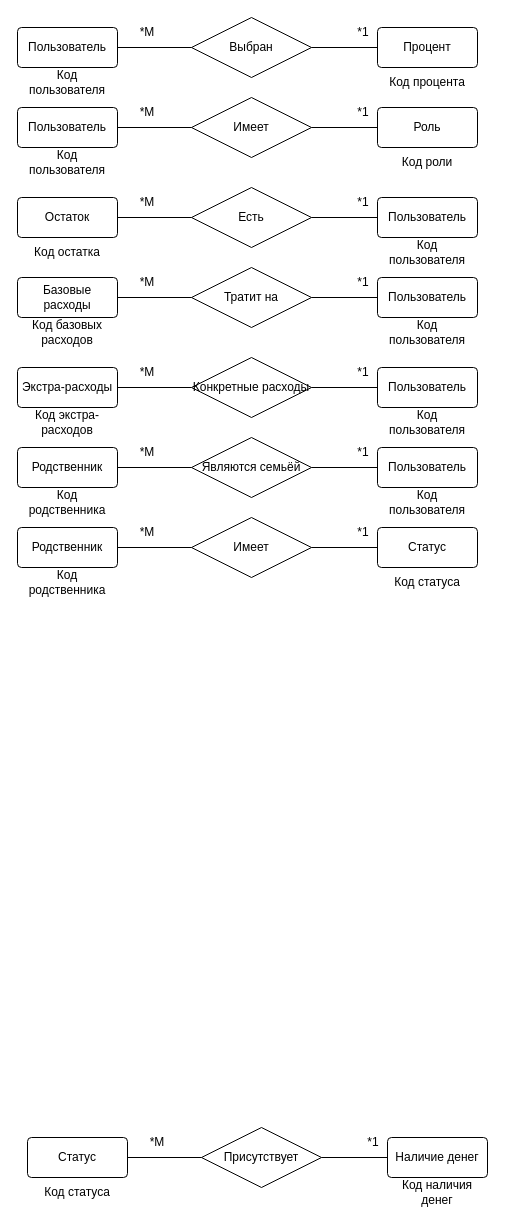
This is page "Страница — 11" (11 of 18) of new_kurs.drawio from dahichnero/schemas, a draw.io file, before an edit. Source tidied: cells renumbered, new cells numbered last; positions are measured from the earlier drawing's top-left corner, leaving out a move shared by most shapes. Both pictures are drawn from the tidied source at 100%, with x=0, y=0 at pixel (17, 17).
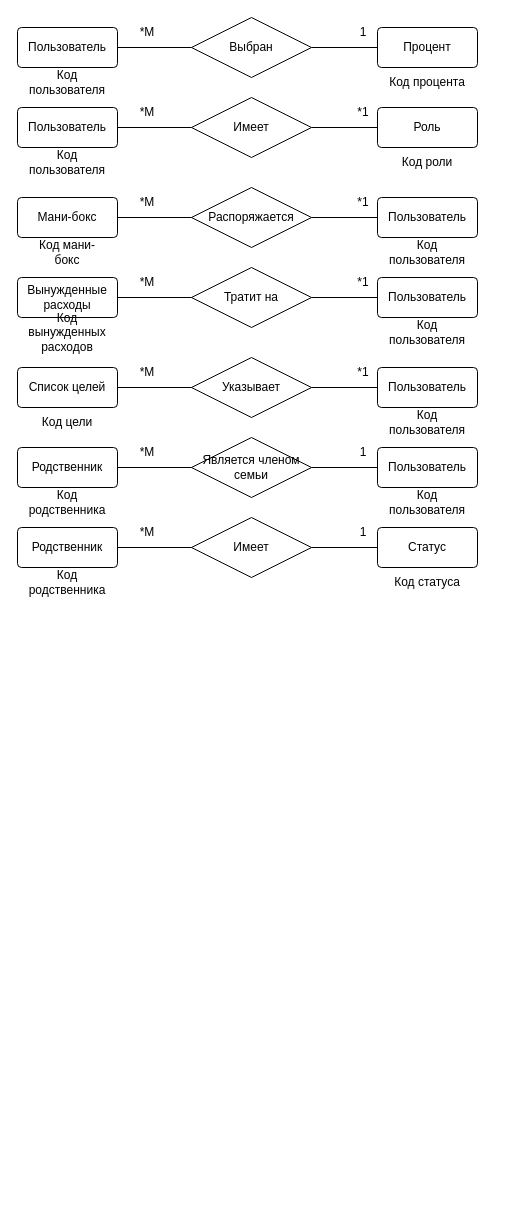
Above is the later version.

Diff of the diagram source:
```diff
@@
-    <mxCell id="8" value="*1" style="text;html=1;strokeColor=none;fillColor=none;align=center;verticalAlign=middle;whiteSpace=wrap;rounded=0;" parent="1" vertex="1">
+    <mxCell id="8" value="1" style="text;html=1;strokeColor=none;fillColor=none;align=center;verticalAlign=middle;whiteSpace=wrap;rounded=0;" parent="1" vertex="1">
       <mxGeometry x="336" width="20" height="30" as="geometry" />
     </mxCell>
@@
-    <mxCell id="20" value="Статус" style="rounded=1;arcSize=10;whiteSpace=wrap;html=1;align=center;" parent="1" vertex="1">
-      <mxGeometry x="10" y="1120" width="100" height="40" as="geometry" />
-    </mxCell>
-    <mxCell id="21" value="Наличие денег" style="rounded=1;arcSize=10;whiteSpace=wrap;html=1;align=center;" parent="1" vertex="1">
-      <mxGeometry x="370" y="1120" width="100" height="40" as="geometry" />
-    </mxCell>
-    <mxCell id="22" value="Присутствует" style="shape=rhombus;perimeter=rhombusPerimeter;whiteSpace=wrap;html=1;align=center;" parent="1" vertex="1">
-      <mxGeometry x="184" y="1110" width="120" height="60" as="geometry" />
-    </mxCell>
-    <mxCell id="23" style="endArrow=none;html=1;rounded=0;exitX=1;exitY=0.5;exitDx=0;exitDy=0;entryX=0;entryY=0.5;entryDx=0;entryDy=0;" parent="1" edge="1" source="20" target="22">
-      <mxGeometry relative="1" as="geometry" />
-    </mxCell>
-    <mxCell id="24" style="endArrow=none;html=1;rounded=0;exitX=1;exitY=0.5;exitDx=0;exitDy=0;entryX=0;entryY=0.5;entryDx=0;entryDy=0;" parent="1" edge="1" source="22" target="21">
-      <mxGeometry relative="1" as="geometry" />
-    </mxCell>
-    <mxCell id="25" value="*М" style="text;html=1;strokeColor=none;fillColor=none;align=center;verticalAlign=middle;whiteSpace=wrap;rounded=0;" parent="1" vertex="1">
-      <mxGeometry x="130" y="1110" width="20" height="30" as="geometry" />
-    </mxCell>
-    <mxCell id="26" value="*1" style="text;html=1;strokeColor=none;fillColor=none;align=center;verticalAlign=middle;whiteSpace=wrap;rounded=0;" parent="1" vertex="1">
-      <mxGeometry x="346" y="1110" width="20" height="30" as="geometry" />
-    </mxCell>
-    <mxCell id="27" value="Код статуса" style="text;html=1;strokeColor=none;fillColor=none;align=center;verticalAlign=middle;whiteSpace=wrap;rounded=0;" parent="1" vertex="1">
-      <mxGeometry x="20" y="1160" width="80" height="30" as="geometry" />
-    </mxCell>
-    <mxCell id="28" value="Код наличия денег" style="text;html=1;strokeColor=none;fillColor=none;align=center;verticalAlign=middle;whiteSpace=wrap;rounded=0;" parent="1" vertex="1">
-      <mxGeometry x="380" y="1160" width="80" height="30" as="geometry" />
-    </mxCell>
@@
-    <mxCell id="35" value="*1" style="text;html=1;strokeColor=none;fillColor=none;align=center;verticalAlign=middle;whiteSpace=wrap;rounded=0;" parent="1" vertex="1">
+    <mxCell id="35" value="1" style="text;html=1;strokeColor=none;fillColor=none;align=center;verticalAlign=middle;whiteSpace=wrap;rounded=0;" parent="1" vertex="1">
       <mxGeometry x="336" y="500" width="20" height="30" as="geometry" />
     </mxCell>
@@
-    <mxCell id="38" value="Остаток" style="rounded=1;arcSize=10;whiteSpace=wrap;html=1;align=center;" parent="1" vertex="1">
+    <mxCell id="38" value="Мани-бокс" style="rounded=1;arcSize=10;whiteSpace=wrap;html=1;align=center;" parent="1" vertex="1">
       <mxGeometry y="180" width="100" height="40" as="geometry" />
     </mxCell>
@@
-    <mxCell id="40" value="Есть" style="shape=rhombus;perimeter=rhombusPerimeter;whiteSpace=wrap;html=1;align=center;" parent="1" vertex="1">
+    <mxCell id="40" value="Распоряжается" style="shape=rhombus;perimeter=rhombusPerimeter;whiteSpace=wrap;html=1;align=center;" parent="1" vertex="1">
       <mxGeometry x="174" y="170" width="120" height="60" as="geometry" />
     </mxCell>
@@
-    <mxCell id="45" value="Код остатка" style="text;html=1;strokeColor=none;fillColor=none;align=center;verticalAlign=middle;whiteSpace=wrap;rounded=0;" parent="1" vertex="1">
+    <mxCell id="45" value="Код мани-бокс" style="text;html=1;strokeColor=none;fillColor=none;align=center;verticalAlign=middle;whiteSpace=wrap;rounded=0;" parent="1" vertex="1">
       <mxGeometry x="10" y="220" width="80" height="30" as="geometry" />
     </mxCell>
@@
-    <mxCell id="47" value="Базовые расходы" style="rounded=1;arcSize=10;whiteSpace=wrap;html=1;align=center;" parent="1" vertex="1">
+    <mxCell id="47" value="Вынужденные расходы" style="rounded=1;arcSize=10;whiteSpace=wrap;html=1;align=center;" parent="1" vertex="1">
       <mxGeometry y="260" width="100" height="40" as="geometry" />
     </mxCell>
@@
-    <mxCell id="54" value="Код базовых расходов" style="text;html=1;strokeColor=none;fillColor=none;align=center;verticalAlign=middle;whiteSpace=wrap;rounded=0;" parent="1" vertex="1">
+    <mxCell id="54" value="Код вынужденных расходов" style="text;html=1;strokeColor=none;fillColor=none;align=center;verticalAlign=middle;whiteSpace=wrap;rounded=0;" parent="1" vertex="1">
       <mxGeometry x="10" y="300" width="80" height="30" as="geometry" />
     </mxCell>
@@
-    <mxCell id="58" value="Являются семьёй" style="shape=rhombus;perimeter=rhombusPerimeter;whiteSpace=wrap;html=1;align=center;" parent="1" vertex="1">
+    <mxCell id="58" value="Является членом семьи" style="shape=rhombus;perimeter=rhombusPerimeter;whiteSpace=wrap;html=1;align=center;" parent="1" vertex="1">
       <mxGeometry x="174" y="420" width="120" height="60" as="geometry" />
     </mxCell>
@@
-    <mxCell id="62" value="*1" style="text;html=1;strokeColor=none;fillColor=none;align=center;verticalAlign=middle;whiteSpace=wrap;rounded=0;" parent="1" vertex="1">
+    <mxCell id="62" value="1" style="text;html=1;strokeColor=none;fillColor=none;align=center;verticalAlign=middle;whiteSpace=wrap;rounded=0;" parent="1" vertex="1">
       <mxGeometry x="336" y="420" width="20" height="30" as="geometry" />
     </mxCell>
@@
-    <mxCell id="65" value="Экстра-расходы" style="rounded=1;arcSize=10;whiteSpace=wrap;html=1;align=center;" parent="1" vertex="1">
+    <mxCell id="65" value="Список целей" style="rounded=1;arcSize=10;whiteSpace=wrap;html=1;align=center;" parent="1" vertex="1">
       <mxGeometry y="350" width="100" height="40" as="geometry" />
     </mxCell>
@@
-    <mxCell id="67" value="Конкретные расходы" style="shape=rhombus;perimeter=rhombusPerimeter;whiteSpace=wrap;html=1;align=center;" parent="1" vertex="1">
+    <mxCell id="67" value="Указывает" style="shape=rhombus;perimeter=rhombusPerimeter;whiteSpace=wrap;html=1;align=center;" parent="1" vertex="1">
       <mxGeometry x="174" y="340" width="120" height="60" as="geometry" />
     </mxCell>
@@
-    <mxCell id="72" value="Код экстра-расходов" style="text;html=1;strokeColor=none;fillColor=none;align=center;verticalAlign=middle;whiteSpace=wrap;rounded=0;" parent="1" vertex="1">
+    <mxCell id="72" value="Код цели" style="text;html=1;strokeColor=none;fillColor=none;align=center;verticalAlign=middle;whiteSpace=wrap;rounded=0;" parent="1" vertex="1">
       <mxGeometry x="10" y="390" width="80" height="30" as="geometry" />
     </mxCell>
```
